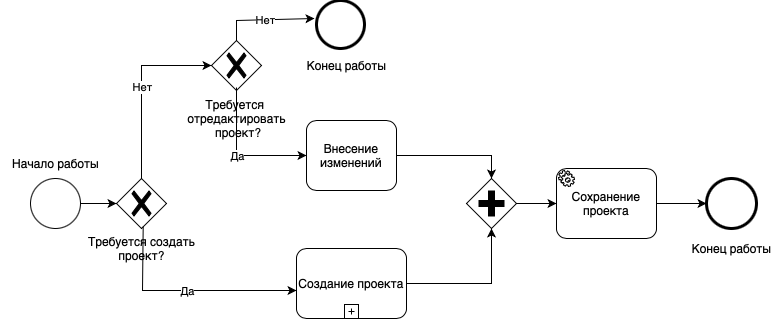
The draw.io diagram images/WorkProjectPage.png in DibrovDru/Architecture.1, before a commit. Source tidied: cells renumbered, new cells last; positions are measured from the earlier drawing's top-left corner, leaving out a move shared by most shapes. Its diagram source:
```xml
<mxGraphModel>
  <root>
    <mxCell id="0" />
    <mxCell id="1" parent="0" />
    <mxCell id="2" style="points=[[0.145,0.145,0],[0.5,0,0],[0.855,0.145,0],[1,0.5,0],[0.855,0.855,0],[0.5,1,0],[0.145,0.855,0],[0,0.5,0]];shape=mxgraph.bpmn.event;html=1;verticalLabelPosition=bottom;labelBackgroundColor=#ffffff;verticalAlign=top;align=center;perimeter=ellipsePerimeter;outlineConnect=0;outline=standard;symbol=general;" parent="1" vertex="1">
      <mxGeometry x="30" y="178" width="50" height="50" as="geometry" />
    </mxCell>
    <mxCell id="3" value="Начало работы" style="text;html=1;align=center;verticalAlign=middle;strokeColor=none;fillColor=none;" parent="1" vertex="1">
      <mxGeometry y="148" width="110" height="30" as="geometry" />
    </mxCell>
    <mxCell id="4" style="edgeStyle=orthogonalEdgeStyle;rounded=0;jettySize=auto;html=1;entryX=0;entryY=0.5;entryDx=0;entryDy=0;entryPerimeter=0;" parent="1" edge="1" target="5">
      <mxGeometry relative="1" as="geometry">
        <mxPoint x="80" y="203" as="sourcePoint" />
      </mxGeometry>
    </mxCell>
    <mxCell id="5" style="points=[[0.25,0.25,0],[0.5,0,0],[0.75,0.25,0],[1,0.5,0],[0.75,0.75,0],[0.5,1,0],[0.25,0.75,0],[0,0.5,0]];shape=mxgraph.bpmn.gateway2;html=1;verticalLabelPosition=bottom;labelBackgroundColor=#ffffff;verticalAlign=top;align=center;perimeter=rhombusPerimeter;outlineConnect=0;outline=none;symbol=none;gwType=exclusive;" parent="1" vertex="1">
      <mxGeometry x="116" y="178" width="50" height="50" as="geometry" />
    </mxCell>
    <mxCell id="6" value="Требуется создать &lt;br&gt;проект?" style="text;html=1;align=center;verticalAlign=middle;points=[];strokeColor=none;fillColor=none;" parent="1" vertex="1">
      <mxGeometry x="76" y="228" width="130" height="40" as="geometry" />
    </mxCell>
    <mxCell id="7" style="endArrow=classic;html=1;rounded=0;exitX=0.5;exitY=0;exitDx=0;exitDy=0;exitPerimeter=0;entryX=0;entryY=0.5;entryDx=0;entryDy=0;entryPerimeter=0;" parent="1" edge="1" source="5" target="16">
      <mxGeometry relative="1" as="geometry">
        <Array as="points">
          <mxPoint x="141" y="65" />
        </Array>
      </mxGeometry>
    </mxCell>
    <mxCell id="8" value="Нет" style="edgeLabel;html=1;align=center;verticalAlign=middle;" parent="7" vertex="1">
      <mxGeometry relative="1" as="geometry" />
    </mxCell>
    <mxCell id="9" style="endArrow=classic;html=1;rounded=0;exitX=0.513;exitY=-0.05;exitDx=0;exitDy=0;exitPerimeter=0;entryX=0;entryY=0.6;entryDx=0;entryDy=0;entryPerimeter=0;" parent="1" edge="1" source="6" target="18">
      <mxGeometry relative="1" as="geometry">
        <Array as="points">
          <mxPoint x="142" y="290" />
        </Array>
      </mxGeometry>
    </mxCell>
    <mxCell id="10" value="Да" style="edgeLabel;html=1;align=center;verticalAlign=middle;" parent="9" vertex="1">
      <mxGeometry relative="1" as="geometry" />
    </mxCell>
    <mxCell id="11" style="edgeStyle=orthogonalEdgeStyle;rounded=0;jettySize=auto;html=1;exitX=1;exitY=0.5;exitDx=0;exitDy=0;exitPerimeter=0;" parent="1" edge="1" source="24" target="14">
      <mxGeometry relative="1" as="geometry" />
    </mxCell>
    <mxCell id="12" style="points=[[0.25,0.25,0],[0.5,0,0],[0.75,0.25,0],[1,0.5,0],[0.75,0.75,0],[0.5,1,0],[0.25,0.75,0],[0,0.5,0]];shape=mxgraph.bpmn.gateway2;html=1;verticalLabelPosition=bottom;labelBackgroundColor=#ffffff;verticalAlign=top;align=center;perimeter=rhombusPerimeter;outlineConnect=0;outline=none;symbol=none;gwType=parallel;" parent="1" vertex="1">
      <mxGeometry x="466" y="178" width="50" height="50" as="geometry" />
    </mxCell>
    <mxCell id="13" style="endArrow=classic;html=1;rounded=0;exitX=1;exitY=0.5;exitDx=0;exitDy=0;exitPerimeter=0;entryX=0.5;entryY=1;entryDx=0;entryDy=0;entryPerimeter=0;" parent="1" edge="1" source="18" target="12">
      <mxGeometry relative="1" as="geometry">
        <Array as="points">
          <mxPoint x="491" y="283" />
        </Array>
      </mxGeometry>
    </mxCell>
    <mxCell id="14" style="points=[[0.145,0.145,0],[0.5,0,0],[0.855,0.145,0],[1,0.5,0],[0.855,0.855,0],[0.5,1,0],[0.145,0.855,0],[0,0.5,0]];shape=mxgraph.bpmn.event;html=1;verticalLabelPosition=bottom;labelBackgroundColor=#ffffff;verticalAlign=top;align=center;perimeter=ellipsePerimeter;outlineConnect=0;outline=end;symbol=terminate2;" parent="1" vertex="1">
      <mxGeometry x="706" y="178" width="50" height="50" as="geometry" />
    </mxCell>
    <mxCell id="15" value="Конец работы" style="text;html=1;align=center;verticalAlign=middle;strokeColor=none;fillColor=none;" parent="1" vertex="1">
      <mxGeometry x="681" y="233" width="100" height="30" as="geometry" />
    </mxCell>
    <mxCell id="16" style="points=[[0.25,0.25,0],[0.5,0,0],[0.75,0.25,0],[1,0.5,0],[0.75,0.75,0],[0.5,1,0],[0.25,0.75,0],[0,0.5,0]];shape=mxgraph.bpmn.gateway2;html=1;verticalLabelPosition=bottom;labelBackgroundColor=#ffffff;verticalAlign=top;align=center;perimeter=rhombusPerimeter;outlineConnect=0;outline=none;symbol=none;gwType=exclusive;" parent="1" vertex="1">
      <mxGeometry x="211" y="40" width="50" height="50" as="geometry" />
    </mxCell>
    <mxCell id="17" value="Требуется &lt;br&gt;отредактировать&lt;br&gt;&amp;nbsp;проект?" style="text;html=1;align=center;verticalAlign=middle;points=[];strokeColor=none;fillColor=none;" parent="1" vertex="1">
      <mxGeometry x="176" y="88" width="120" height="60" as="geometry" />
    </mxCell>
    <mxCell id="18" value="Создание проекта" style="points=[[0.25,0,0],[0.5,0,0],[0.75,0,0],[1,0.25,0],[1,0.5,0],[1,0.75,0],[0.75,1,0],[0.5,1,0],[0.25,1,0],[0,0.75,0],[0,0.5,0],[0,0.25,0]];shape=mxgraph.bpmn.task;whiteSpace=wrap;rectStyle=rounded;size=10;html=1;taskMarker=abstract;isLoopSub=1;" parent="1" vertex="1">
      <mxGeometry x="296" y="248" width="110" height="70" as="geometry" />
    </mxCell>
    <mxCell id="19" style="endArrow=classic;html=1;rounded=0;exitX=0.5;exitY=0;exitDx=0;exitDy=0;exitPerimeter=0;entryX=-0.042;entryY=0.375;entryDx=0;entryDy=0;entryPerimeter=0;" parent="1" edge="1" source="16" target="25">
      <mxGeometry relative="1" as="geometry">
        <Array as="points">
          <mxPoint x="236" y="20" />
        </Array>
      </mxGeometry>
    </mxCell>
    <mxCell id="20" value="Нет" style="edgeLabel;html=1;align=center;verticalAlign=middle;" parent="19" vertex="1">
      <mxGeometry relative="1" as="geometry" />
    </mxCell>
    <mxCell id="21" style="endArrow=classic;html=1;rounded=0;exitX=0.5;exitY=-0.017;exitDx=0;exitDy=0;exitPerimeter=0;entryX=0;entryY=0.5;entryDx=0;entryDy=0;entryPerimeter=0;" parent="1" edge="1" source="17" target="23">
      <mxGeometry relative="1" as="geometry">
        <Array as="points">
          <mxPoint x="236" y="155" />
        </Array>
      </mxGeometry>
    </mxCell>
    <mxCell id="22" value="Да" style="edgeLabel;html=1;align=center;verticalAlign=middle;" parent="21" vertex="1">
      <mxGeometry relative="1" as="geometry" />
    </mxCell>
    <mxCell id="23" value="Внесение изменений" style="points=[[0.25,0,0],[0.5,0,0],[0.75,0,0],[1,0.25,0],[1,0.5,0],[1,0.75,0],[0.75,1,0],[0.5,1,0],[0.25,1,0],[0,0.75,0],[0,0.5,0],[0,0.25,0]];shape=mxgraph.bpmn.task;whiteSpace=wrap;rectStyle=rounded;size=10;html=1;taskMarker=abstract;" parent="1" vertex="1">
      <mxGeometry x="306" y="120" width="90" height="70" as="geometry" />
    </mxCell>
    <mxCell id="24" value="Сохранение проекта" style="points=[[0.25,0,0],[0.5,0,0],[0.75,0,0],[1,0.25,0],[1,0.5,0],[1,0.75,0],[0.75,1,0],[0.5,1,0],[0.25,1,0],[0,0.75,0],[0,0.5,0],[0,0.25,0]];shape=mxgraph.bpmn.task;whiteSpace=wrap;rectStyle=rounded;size=10;html=1;taskMarker=service;" parent="1" vertex="1">
      <mxGeometry x="556" y="168" width="100" height="70" as="geometry" />
    </mxCell>
    <mxCell id="25" style="points=[[0.145,0.145,0],[0.5,0,0],[0.855,0.145,0],[1,0.5,0],[0.855,0.855,0],[0.5,1,0],[0.145,0.855,0],[0,0.5,0]];shape=mxgraph.bpmn.event;html=1;verticalLabelPosition=bottom;labelBackgroundColor=#ffffff;verticalAlign=top;align=center;perimeter=ellipsePerimeter;outlineConnect=0;outline=end;symbol=terminate2;" parent="1" vertex="1">
      <mxGeometry x="316" width="48" height="48" as="geometry" />
    </mxCell>
    <mxCell id="26" value="Конец работы" style="text;html=1;align=center;verticalAlign=middle;strokeColor=none;fillColor=none;" parent="1" vertex="1">
      <mxGeometry x="296" y="50" width="100" height="30" as="geometry" />
    </mxCell>
    <mxCell id="27" style="endArrow=classic;html=1;rounded=0;exitX=1;exitY=0.5;exitDx=0;exitDy=0;exitPerimeter=0;entryX=0.5;entryY=0;entryDx=0;entryDy=0;entryPerimeter=0;" parent="1" edge="1" source="23" target="12">
      <mxGeometry relative="1" as="geometry">
        <Array as="points">
          <mxPoint x="491" y="155" />
        </Array>
      </mxGeometry>
    </mxCell>
    <mxCell id="28" style="endArrow=classic;html=1;rounded=0;exitX=1;exitY=0.5;exitDx=0;exitDy=0;exitPerimeter=0;entryX=0;entryY=0.5;entryDx=0;entryDy=0;entryPerimeter=0;" parent="1" edge="1" source="12" target="24">
      <mxGeometry relative="1" as="geometry" />
    </mxCell>
  </root>
</mxGraphModel>
```
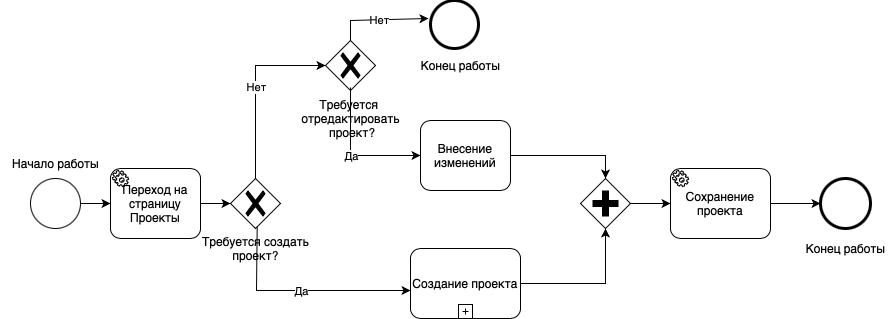
Later version of the same file.

Diff of the diagram source:
```diff
@@ -2,11 +2,14 @@
   <root>
     <mxCell id="0" />
     <mxCell id="1" parent="0" />
+    <mxCell id="29" style="edgeStyle=orthogonalEdgeStyle;rounded=0;jettySize=auto;html=1;entryX=0;entryY=0.5;entryDx=0;entryDy=0;entryPerimeter=0;" parent="1" edge="1" source="2" target="30">
+      <mxGeometry relative="1" as="geometry" />
+    </mxCell>
     <mxCell id="2" style="points=[[0.145,0.145,0],[0.5,0,0],[0.855,0.145,0],[1,0.5,0],[0.855,0.855,0],[0.5,1,0],[0.145,0.855,0],[0,0.5,0]];shape=mxgraph.bpmn.event;html=1;verticalLabelPosition=bottom;labelBackgroundColor=#ffffff;verticalAlign=top;align=center;perimeter=ellipsePerimeter;outlineConnect=0;outline=standard;symbol=general;" parent="1" vertex="1">
-      <mxGeometry x="30" y="178" width="50" height="50" as="geometry" />
+      <mxGeometry x="-84" y="178" width="50" height="50" as="geometry" />
     </mxCell>
     <mxCell id="3" value="Начало работы" style="text;html=1;align=center;verticalAlign=middle;strokeColor=none;fillColor=none;" parent="1" vertex="1">
-      <mxGeometry y="148" width="110" height="30" as="geometry" />
+      <mxGeometry x="-114" y="148" width="110" height="30" as="geometry" />
     </mxCell>
     <mxCell id="4" style="edgeStyle=orthogonalEdgeStyle;rounded=0;jettySize=auto;html=1;entryX=0;entryY=0.5;entryDx=0;entryDy=0;entryPerimeter=0;" parent="1" edge="1" target="5">
       <mxGeometry relative="1" as="geometry">
@@ -109,5 +112,8 @@
     <mxCell id="28" style="endArrow=classic;html=1;rounded=0;exitX=1;exitY=0.5;exitDx=0;exitDy=0;exitPerimeter=0;entryX=0;entryY=0.5;entryDx=0;entryDy=0;entryPerimeter=0;" parent="1" edge="1" source="12" target="24">
       <mxGeometry relative="1" as="geometry" />
     </mxCell>
+    <mxCell id="30" value="Переход на страницу Проекты" style="points=[[0.25,0,0],[0.5,0,0],[0.75,0,0],[1,0.25,0],[1,0.5,0],[1,0.75,0],[0.75,1,0],[0.5,1,0],[0.25,1,0],[0,0.75,0],[0,0.5,0],[0,0.25,0]];shape=mxgraph.bpmn.task;whiteSpace=wrap;rectStyle=rounded;size=10;html=1;taskMarker=service;" parent="1" vertex="1">
+      <mxGeometry x="-4" y="168" width="90" height="70" as="geometry" />
+    </mxCell>
   </root>
 </mxGraphModel>
```
